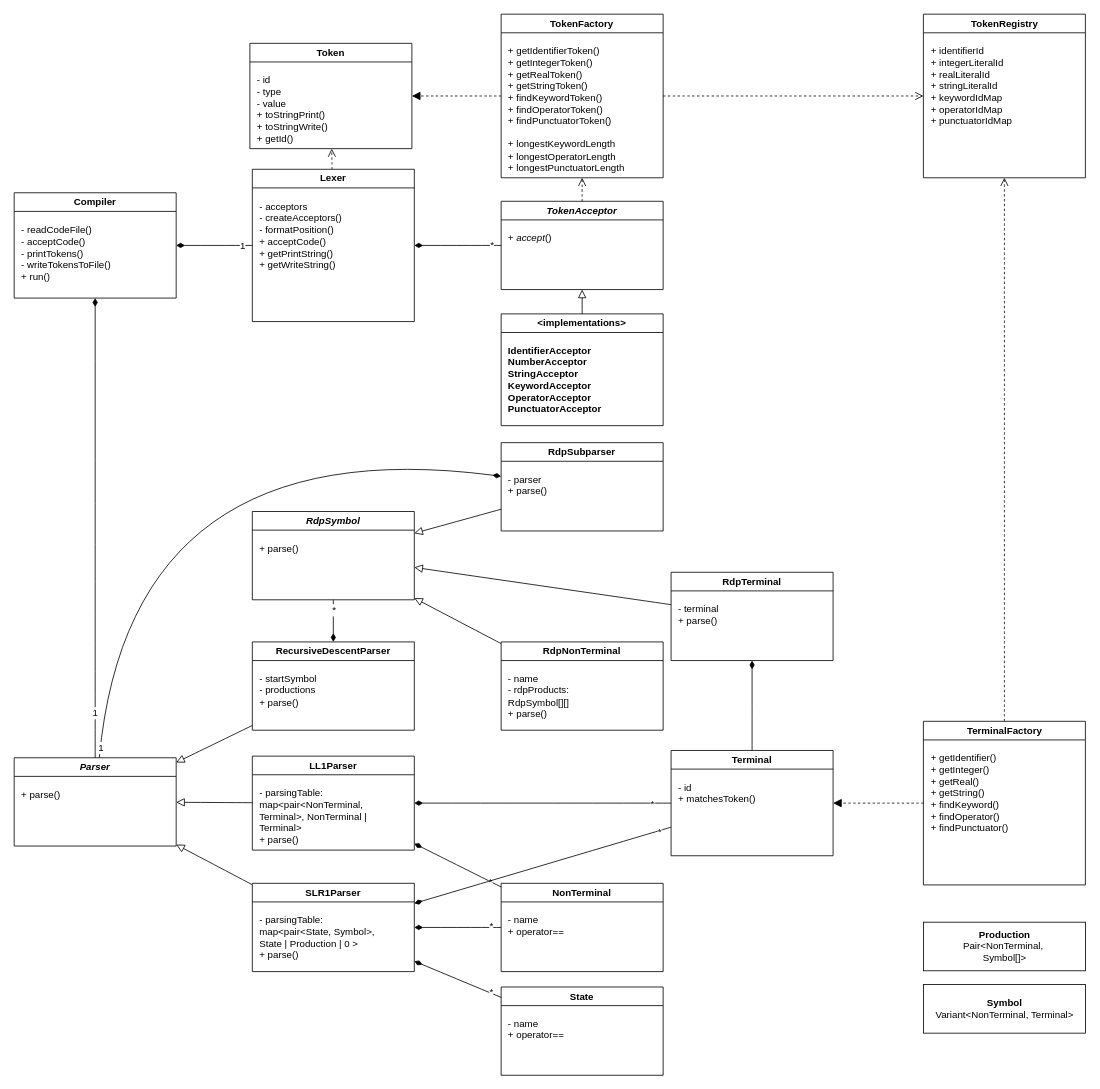
This is doc/class-spec.drawio from honeycrux/MyFirstCompiler, a draw.io file, before an edit. Source tidied: cells renumbered, new cells numbered last; positions are measured from the earlier drawing's top-left corner, leaving out a move shared by most shapes. Both pictures are drawn from the tidied source at 81%, with x=0, y=0 at pixel (14, 14).
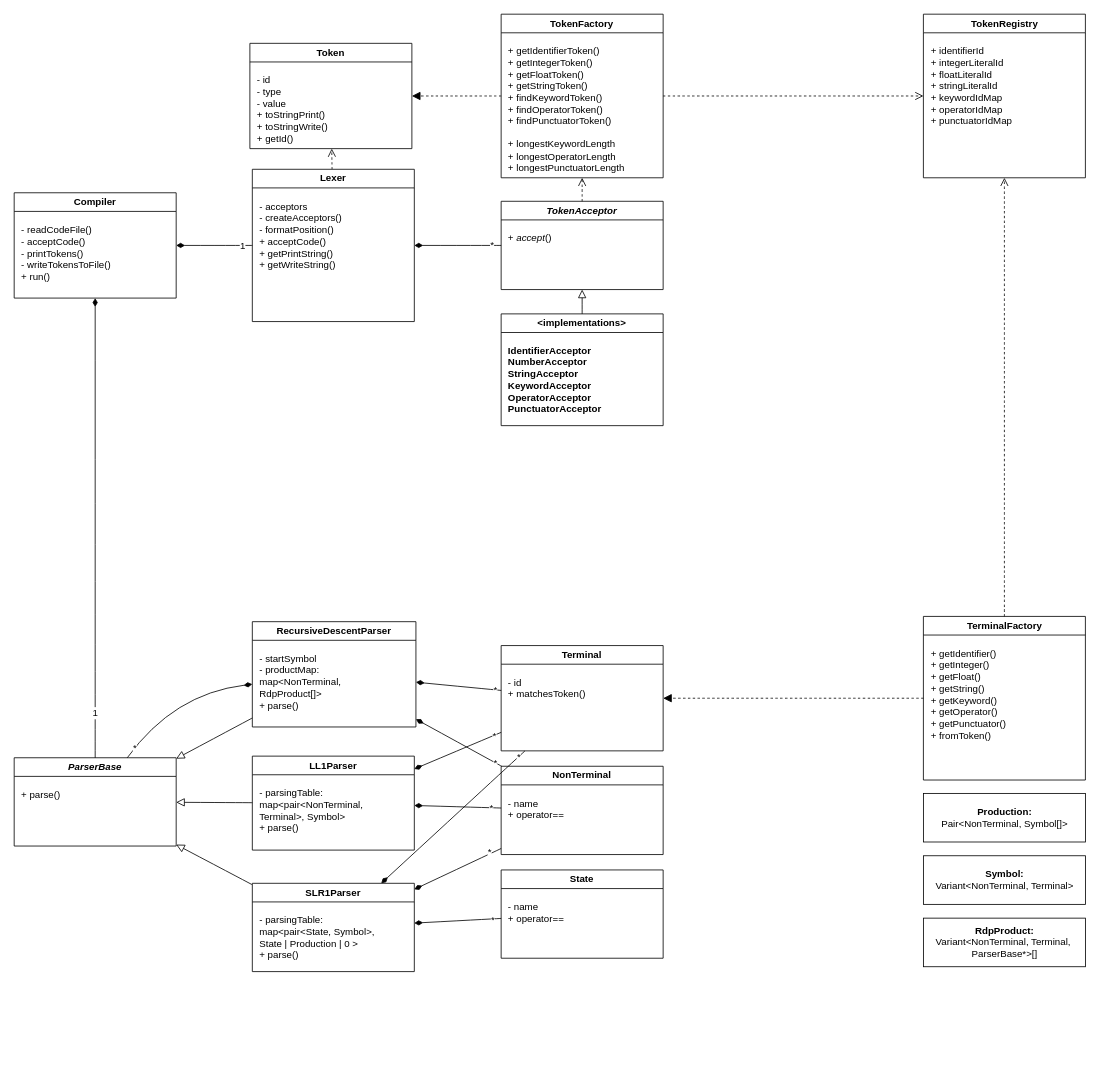
After the change.

Unchanged cells that the change refers to:
```xml
<mxCell id="14" value="TokenFactory" style="swimlane;whiteSpace=wrap;html=1;" parent="1" vertex="1">
  <mxGeometry x="601.2" width="200" height="202" as="geometry" />
</mxCell>
<mxCell id="32" value="LL1Parser" style="swimlane;whiteSpace=wrap;html=1;" parent="1" vertex="1">
  <mxGeometry x="294" y="916" width="200" height="116" as="geometry" />
</mxCell>
<mxCell id="70" value="TokenRegistry" style="swimlane;whiteSpace=wrap;html=1;" parent="1" vertex="1">
  <mxGeometry x="1122.5" width="200" height="202" as="geometry" />
</mxCell>
```

Change to the diagram source:
```diff
@@
-    <mxCell id="15" value="&lt;div&gt;&lt;span style=&quot;background-color: initial;&quot;&gt;+ getIdentifierToken()&lt;/span&gt;&lt;br&gt;&lt;/div&gt;&lt;div style=&quot;font-size: 12px;&quot;&gt;+ getIntegerToken()&lt;/div&gt;&lt;div style=&quot;font-size: 12px;&quot;&gt;&lt;div&gt;+ getRealToken()&lt;/div&gt;&lt;/div&gt;&lt;div style=&quot;font-size: 12px;&quot;&gt;+ getStringToken()&lt;/div&gt;&lt;div style=&quot;font-size: 12px;&quot;&gt;+ findKeywordToken()&lt;/div&gt;&lt;div style=&quot;font-size: 12px;&quot;&gt;&lt;span style=&quot;background-color: initial;&quot;&gt;+&amp;nbsp;&lt;/span&gt;find&lt;span style=&quot;background-color: initial;&quot;&gt;OperatorToken&lt;/span&gt;&lt;span style=&quot;background-color: initial;&quot;&gt;(&lt;/span&gt;&lt;span style=&quot;background-color: initial;&quot;&gt;)&lt;/span&gt;&lt;/div&gt;&lt;div style=&quot;font-size: 12px;&quot;&gt;&lt;span style=&quot;background-color: initial;&quot;&gt;+&amp;nbsp;&lt;/span&gt;find&lt;span style=&quot;background-color: initial;&quot;&gt;PunctuatorToken(&lt;/span&gt;&lt;span style=&quot;background-color: initial;&quot;&gt;)&lt;/span&gt;&lt;/div&gt;&lt;div style=&quot;font-size: 12px;&quot;&gt;&lt;span style=&quot;background-color: initial;&quot;&gt;&lt;br&gt;&lt;/span&gt;&lt;/div&gt;&lt;div style=&quot;font-size: 12px;&quot;&gt;&lt;div&gt;+ longestKeywordLength&lt;/div&gt;&lt;div&gt;+ longestOperatorLength&lt;/div&gt;&lt;div&gt;+ longestPunctuatorLength&lt;/div&gt;&lt;/div&gt;" style="text;html=1;align=left;verticalAlign=top;strokeColor=none;fillColor=none;fontSize=12;" parent="14" vertex="1">
+    <mxCell id="15" value="&lt;div&gt;&lt;span style=&quot;background-color: initial;&quot;&gt;+ getIdentifierToken()&lt;/span&gt;&lt;br&gt;&lt;/div&gt;&lt;div style=&quot;font-size: 12px;&quot;&gt;+ getIntegerToken()&lt;/div&gt;&lt;div style=&quot;font-size: 12px;&quot;&gt;&lt;div&gt;+ getFloatToken()&lt;/div&gt;&lt;/div&gt;&lt;div style=&quot;font-size: 12px;&quot;&gt;+ getStringToken()&lt;/div&gt;&lt;div style=&quot;font-size: 12px;&quot;&gt;+ findKeywordToken()&lt;/div&gt;&lt;div style=&quot;font-size: 12px;&quot;&gt;&lt;span style=&quot;background-color: initial;&quot;&gt;+&amp;nbsp;&lt;/span&gt;find&lt;span style=&quot;background-color: initial;&quot;&gt;OperatorToken&lt;/span&gt;&lt;span style=&quot;background-color: initial;&quot;&gt;(&lt;/span&gt;&lt;span style=&quot;background-color: initial;&quot;&gt;)&lt;/span&gt;&lt;/div&gt;&lt;div style=&quot;font-size: 12px;&quot;&gt;&lt;span style=&quot;background-color: initial;&quot;&gt;+&amp;nbsp;&lt;/span&gt;find&lt;span style=&quot;background-color: initial;&quot;&gt;PunctuatorToken(&lt;/span&gt;&lt;span style=&quot;background-color: initial;&quot;&gt;)&lt;/span&gt;&lt;/div&gt;&lt;div style=&quot;font-size: 12px;&quot;&gt;&lt;span style=&quot;background-color: initial;&quot;&gt;&lt;br&gt;&lt;/span&gt;&lt;/div&gt;&lt;div style=&quot;font-size: 12px;&quot;&gt;&lt;div&gt;+ longestKeywordLength&lt;/div&gt;&lt;div&gt;+ longestOperatorLength&lt;/div&gt;&lt;div&gt;+ longestPunctuatorLength&lt;/div&gt;&lt;/div&gt;" style="text;html=1;align=left;verticalAlign=top;strokeColor=none;fillColor=none;fontSize=12;" parent="14" vertex="1">
       <mxGeometry x="7" y="32" width="162" height="170" as="geometry" />
     </mxCell>
@@
     <mxCell id="23" value="RecursiveDescentParser" style="swimlane;whiteSpace=wrap;html=1;" parent="1" vertex="1">
-      <mxGeometry x="294" y="775" width="200" height="109" as="geometry" />
+      <mxGeometry x="294" y="750" width="202" height="130" as="geometry" />
     </mxCell>
-    <mxCell id="24" value="&lt;div style=&quot;font-size: 12px;&quot;&gt;&lt;span style=&quot;background-color: initial;&quot;&gt;- startSymbol&lt;/span&gt;&lt;/div&gt;&lt;div style=&quot;font-size: 12px;&quot;&gt;&lt;span style=&quot;background-color: initial;&quot;&gt;- productions&lt;/span&gt;&lt;/div&gt;&lt;div style=&quot;font-size: 12px;&quot;&gt;&lt;span style=&quot;background-color: initial;&quot;&gt;+ parse()&lt;/span&gt;&lt;br&gt;&lt;/div&gt;" style="text;html=1;align=left;verticalAlign=top;strokeColor=none;fillColor=none;fontSize=12;" parent="23" vertex="1">
-      <mxGeometry x="7" y="32" width="89" height="55" as="geometry" />
+    <mxCell id="24" value="&lt;div style=&quot;font-size: 12px;&quot;&gt;&lt;span style=&quot;background-color: initial;&quot;&gt;- startSymbol&lt;/span&gt;&lt;/div&gt;&lt;div style=&quot;font-size: 12px;&quot;&gt;&lt;span style=&quot;background-color: initial;&quot;&gt;- productMap:&amp;nbsp;&lt;/span&gt;&lt;/div&gt;&lt;div style=&quot;font-size: 12px;&quot;&gt;&lt;span style=&quot;background-color: initial;&quot;&gt;map&amp;lt;NonTerminal,&lt;/span&gt;&lt;/div&gt;&lt;div style=&quot;font-size: 12px;&quot;&gt;&lt;span style=&quot;background-color: initial;&quot;&gt;RdpProduct[]&amp;gt;&lt;/span&gt;&lt;/div&gt;&lt;div style=&quot;font-size: 12px;&quot;&gt;&lt;span style=&quot;background-color: initial;&quot;&gt;+ parse()&lt;/span&gt;&lt;br&gt;&lt;/div&gt;" style="text;html=1;align=left;verticalAlign=top;strokeColor=none;fillColor=none;fontSize=12;" parent="23" vertex="1">
+      <mxGeometry x="7" y="32" width="119" height="84" as="geometry" />
     </mxCell>
-    <mxCell id="25" style="edgeStyle=none;curved=1;rounded=0;jettySize=auto;html=1;fontSize=12;startSize=8;endSize=8;endArrow=block;endFill=0;" parent="1" edge="1" source="26" target="57">
-      <mxGeometry relative="1" as="geometry" />
-    </mxCell>
-    <mxCell id="26" value="RdpNonTerminal" style="swimlane;whiteSpace=wrap;html=1;" parent="1" vertex="1">
-      <mxGeometry x="601.2" y="775" width="200" height="109" as="geometry" />
-    </mxCell>
-    <mxCell id="27" value="&lt;div style=&quot;font-size: 12px;&quot;&gt;- name&lt;/div&gt;&lt;div style=&quot;font-size: 12px;&quot;&gt;- rdpProducts:&amp;nbsp;&lt;/div&gt;&lt;div style=&quot;font-size: 12px;&quot;&gt;RdpSymbol[][]&lt;/div&gt;&lt;div style=&quot;font-size: 12px;&quot;&gt;+ parse()&lt;/div&gt;" style="text;html=1;align=left;verticalAlign=top;strokeColor=none;fillColor=none;fontSize=12;" parent="26" vertex="1">
-      <mxGeometry x="7" y="32" width="97" height="70" as="geometry" />
-    </mxCell>
-    <mxCell id="28" style="edgeStyle=none;curved=1;rounded=0;jettySize=auto;html=1;fontSize=12;startSize=8;endSize=8;endArrow=block;endFill=0;" parent="1" edge="1" source="29" target="57">
-      <mxGeometry relative="1" as="geometry" />
-    </mxCell>
-    <mxCell id="29" value="RdpTerminal" style="swimlane;whiteSpace=wrap;html=1;" parent="1" vertex="1">
-      <mxGeometry x="811" y="689" width="200" height="109" as="geometry" />
-    </mxCell>
-    <mxCell id="30" value="&lt;div style=&quot;font-size: 12px;&quot;&gt;- terminal&lt;/div&gt;&lt;div style=&quot;font-size: 12px;&quot;&gt;+ parse()&lt;/div&gt;" style="text;html=1;align=left;verticalAlign=top;strokeColor=none;fillColor=none;fontSize=12;" parent="29" vertex="1">
-      <mxGeometry x="7" y="32" width="68" height="41" as="geometry" />
-    </mxCell>
@@
-    <mxCell id="33" value="&lt;div style=&quot;font-size: 12px;&quot;&gt;- parsingTable:&amp;nbsp;&lt;/div&gt;&lt;div style=&quot;font-size: 12px;&quot;&gt;map&amp;lt;pair&amp;lt;NonTerminal,&lt;/div&gt;&lt;div style=&quot;font-size: 12px;&quot;&gt;&lt;span style=&quot;background-color: initial;&quot;&gt;Terminal&lt;/span&gt;&amp;gt;, NonTerminal |&amp;nbsp;&lt;/div&gt;&lt;div style=&quot;font-size: 12px;&quot;&gt;Terminal&amp;gt;&lt;/div&gt;&lt;div style=&quot;font-size: 12px;&quot;&gt;+ parse()&lt;/div&gt;" style="text;html=1;align=left;verticalAlign=top;strokeColor=none;fillColor=none;fontSize=12;" parent="32" vertex="1">
-      <mxGeometry x="7" y="32" width="154" height="84" as="geometry" />
+    <mxCell id="33" value="&lt;div style=&quot;font-size: 12px;&quot;&gt;- parsingTable:&amp;nbsp;&lt;/div&gt;&lt;div style=&quot;font-size: 12px;&quot;&gt;map&amp;lt;pair&amp;lt;NonTerminal,&lt;/div&gt;&lt;div style=&quot;font-size: 12px;&quot;&gt;&lt;span style=&quot;background-color: initial;&quot;&gt;Terminal&lt;/span&gt;&amp;gt;, Symbol&lt;span style=&quot;background-color: initial;&quot;&gt;&amp;gt;&lt;/span&gt;&lt;/div&gt;&lt;div style=&quot;font-size: 12px;&quot;&gt;+ parse()&lt;/div&gt;" style="text;html=1;align=left;verticalAlign=top;strokeColor=none;fillColor=none;fontSize=12;" parent="32" vertex="1">
+      <mxGeometry x="7" y="32" width="146" height="70" as="geometry" />
     </mxCell>
@@
     <mxCell id="36" value="NonTerminal" style="swimlane;whiteSpace=wrap;html=1;" parent="1" vertex="1">
-      <mxGeometry x="601.2" y="1073" width="200" height="109" as="geometry" />
+      <mxGeometry x="601.2" y="928.5" width="200" height="109" as="geometry" />
     </mxCell>
@@
     <mxCell id="43" value="State" style="swimlane;whiteSpace=wrap;html=1;" parent="1" vertex="1">
-      <mxGeometry x="601.2" y="1201" width="200" height="109" as="geometry" />
+      <mxGeometry x="601.2" y="1056.5" width="200" height="109" as="geometry" />
     </mxCell>
@@
-    <mxCell id="47" value="&lt;i&gt;Parser&lt;/i&gt;" style="swimlane;whiteSpace=wrap;html=1;" parent="1" vertex="1">
+    <mxCell id="47" value="&lt;i&gt;ParserBase&lt;/i&gt;" style="swimlane;whiteSpace=wrap;html=1;" parent="1" vertex="1">
       <mxGeometry y="918" width="200" height="109" as="geometry" />
     </mxCell>
@@
-    <mxCell id="49" style="edgeStyle=none;curved=1;rounded=0;jettySize=auto;html=1;fontSize=12;startSize=8;endSize=8;endArrow=diamondThin;endFill=1;" parent="1" edge="1" source="65" target="29">
-      <mxGeometry relative="1" as="geometry" />
-    </mxCell>
@@
-    <mxCell id="54" style="edgeStyle=none;curved=1;rounded=0;jettySize=auto;html=1;fontSize=12;startSize=8;endSize=8;endArrow=block;endFill=0;" parent="1" edge="1" source="55" target="57">
-      <mxGeometry relative="1" as="geometry" />
-    </mxCell>
-    <mxCell id="55" value="RdpSubparser" style="swimlane;whiteSpace=wrap;html=1;" parent="1" vertex="1">
-      <mxGeometry x="601.2" y="529" width="200" height="109" as="geometry" />
-    </mxCell>
-    <mxCell id="56" value="&lt;div style=&quot;font-size: 12px;&quot;&gt;- parser&lt;/div&gt;&lt;div style=&quot;font-size: 12px;&quot;&gt;+ parse()&lt;/div&gt;" style="text;html=1;align=left;verticalAlign=top;strokeColor=none;fillColor=none;fontSize=12;" parent="55" vertex="1">
-      <mxGeometry x="7" y="32" width="66" height="41" as="geometry" />
-    </mxCell>
-    <mxCell id="57" value="&lt;i&gt;RdpSymbol&lt;/i&gt;" style="swimlane;whiteSpace=wrap;html=1;startSize=23;" parent="1" vertex="1">
-      <mxGeometry x="294" y="614" width="200" height="109" as="geometry" />
-    </mxCell>
-    <mxCell id="58" value="&lt;div style=&quot;font-size: 12px;&quot;&gt;+ parse()&lt;/div&gt;" style="text;html=1;align=left;verticalAlign=top;strokeColor=none;fillColor=none;fontSize=12;" parent="57" vertex="1">
-      <mxGeometry x="7" y="32" width="66" height="26" as="geometry" />
-    </mxCell>
-    <mxCell id="59" style="edgeStyle=none;curved=1;rounded=0;jettySize=auto;html=1;fontSize=12;startSize=8;endSize=8;endArrow=diamondThin;endFill=1;" parent="1" edge="1" source="57" target="23">
-      <mxGeometry relative="1" as="geometry" />
-    </mxCell>
-    <mxCell id="60" value="*" style="edgeLabel;html=1;align=center;verticalAlign=middle;fontSize=12;" parent="59" vertex="1">
-      <mxGeometry x="-0.93" relative="1" as="geometry">
-        <mxPoint y="10" as="offset" />
-      </mxGeometry>
-    </mxCell>
-    <mxCell id="61" style="edgeStyle=none;curved=1;rounded=0;jettySize=auto;html=1;fontSize=12;startSize=8;endSize=8;endArrow=diamondThin;endFill=1;" parent="1" edge="1" source="47" target="55">
-      <mxGeometry relative="1" as="geometry">
-        <Array as="points">
-          <mxPoint x="143" y="511" />
-        </Array>
-      </mxGeometry>
-    </mxCell>
-    <mxCell id="62" value="1" style="edgeLabel;html=1;align=center;verticalAlign=middle;fontSize=12;" parent="61" vertex="1">
-      <mxGeometry x="-0.97" relative="1" as="geometry" />
-    </mxCell>
@@
     <mxCell id="65" value="Terminal" style="swimlane;whiteSpace=wrap;html=1;" parent="1" vertex="1">
-      <mxGeometry x="811" y="909" width="200" height="130" as="geometry" />
+      <mxGeometry x="601.2" y="779.5" width="200" height="130" as="geometry" />
     </mxCell>
@@
     <mxCell id="67" value="TerminalFactory" style="swimlane;whiteSpace=wrap;html=1;" parent="1" vertex="1">
-      <mxGeometry x="1122.5" y="873" width="200" height="202" as="geometry" />
+      <mxGeometry x="1122.5" y="743.5" width="200" height="202" as="geometry" />
     </mxCell>
-    <mxCell id="68" value="&lt;div&gt;&lt;span style=&quot;background-color: initial;&quot;&gt;+ getIdentifier&lt;/span&gt;&lt;span style=&quot;background-color: initial;&quot;&gt;()&lt;/span&gt;&lt;/div&gt;&lt;div&gt;+ getInteger&lt;span style=&quot;background-color: initial;&quot;&gt;()&lt;/span&gt;&lt;/div&gt;&lt;div&gt;+ getReal&lt;span style=&quot;background-color: initial;&quot;&gt;()&lt;/span&gt;&lt;/div&gt;&lt;div&gt;+ getString&lt;span style=&quot;background-color: initial;&quot;&gt;()&lt;/span&gt;&lt;/div&gt;&lt;div&gt;+ findKeyword&lt;span style=&quot;background-color: initial;&quot;&gt;()&lt;/span&gt;&lt;/div&gt;&lt;div&gt;&lt;span style=&quot;background-color: initial;&quot;&gt;+&amp;nbsp;&lt;/span&gt;find&lt;span style=&quot;background-color: initial;&quot;&gt;Operator&lt;/span&gt;&lt;span style=&quot;background-color: initial;&quot;&gt;(&lt;/span&gt;&lt;span style=&quot;background-color: initial;&quot;&gt;)&lt;/span&gt;&lt;/div&gt;&lt;div&gt;&lt;span style=&quot;background-color: initial;&quot;&gt;+&amp;nbsp;&lt;/span&gt;find&lt;span style=&quot;background-color: initial;&quot;&gt;Punctuator&lt;/span&gt;&lt;span style=&quot;background-color: initial;&quot;&gt;(&lt;/span&gt;&lt;span style=&quot;background-color: initial;&quot;&gt;)&lt;/span&gt;&lt;/div&gt;" style="text;html=1;align=left;verticalAlign=top;strokeColor=none;fillColor=none;fontSize=12;" parent="67" vertex="1">
-      <mxGeometry x="7" y="32" width="114" height="113" as="geometry" />
+    <mxCell id="68" value="&lt;div&gt;&lt;span style=&quot;background-color: initial;&quot;&gt;+ getIdentifier&lt;/span&gt;&lt;span style=&quot;background-color: initial;&quot;&gt;()&lt;/span&gt;&lt;/div&gt;&lt;div&gt;+ getInteger&lt;span style=&quot;background-color: initial;&quot;&gt;()&lt;/span&gt;&lt;/div&gt;&lt;div&gt;+ getFloat&lt;span style=&quot;background-color: initial;&quot;&gt;()&lt;/span&gt;&lt;/div&gt;&lt;div&gt;+ getString&lt;span style=&quot;background-color: initial;&quot;&gt;()&lt;/span&gt;&lt;/div&gt;&lt;div&gt;+ getKeyword&lt;span style=&quot;background-color: initial;&quot;&gt;()&lt;/span&gt;&lt;/div&gt;&lt;div&gt;&lt;span style=&quot;background-color: initial;&quot;&gt;+&amp;nbsp;&lt;/span&gt;get&lt;span style=&quot;background-color: initial;&quot;&gt;Operator&lt;/span&gt;&lt;span style=&quot;background-color: initial;&quot;&gt;(&lt;/span&gt;&lt;span style=&quot;background-color: initial;&quot;&gt;)&lt;/span&gt;&lt;/div&gt;&lt;div&gt;&lt;span style=&quot;background-color: initial;&quot;&gt;+&amp;nbsp;&lt;/span&gt;get&lt;span style=&quot;background-color: initial;&quot;&gt;Punctuator&lt;/span&gt;&lt;span style=&quot;background-color: initial;&quot;&gt;(&lt;/span&gt;&lt;span style=&quot;background-color: initial;&quot;&gt;)&lt;/span&gt;&lt;/div&gt;&lt;div&gt;&lt;span style=&quot;background-color: initial;&quot;&gt;+ fromToken()&lt;/span&gt;&lt;/div&gt;" style="text;html=1;align=left;verticalAlign=top;strokeColor=none;fillColor=none;fontSize=12;" parent="67" vertex="1">
+      <mxGeometry x="7" y="32" width="111" height="127" as="geometry" />
     </mxCell>
@@
-    <mxCell id="71" value="&lt;div&gt;&lt;span style=&quot;background-color: initial;&quot;&gt;+ identifierId&lt;/span&gt;&lt;br&gt;&lt;/div&gt;&lt;div style=&quot;font-size: 12px;&quot;&gt;+ integerLiteralId&lt;/div&gt;&lt;div style=&quot;font-size: 12px;&quot;&gt;&lt;div&gt;+ realLiteralId&lt;/div&gt;&lt;/div&gt;&lt;div style=&quot;font-size: 12px;&quot;&gt;+ stringLiteralId&lt;/div&gt;&lt;div style=&quot;font-size: 12px;&quot;&gt;+ keywordIdMap&lt;/div&gt;&lt;div style=&quot;font-size: 12px;&quot;&gt;&lt;span style=&quot;background-color: initial;&quot;&gt;+ operatorIdMap&lt;/span&gt;&lt;/div&gt;&lt;div style=&quot;font-size: 12px;&quot;&gt;&lt;span style=&quot;background-color: initial;&quot;&gt;+ punctuatorIdMap&lt;/span&gt;&lt;/div&gt;" style="text;html=1;align=left;verticalAlign=top;strokeColor=none;fillColor=none;fontSize=12;" parent="70" vertex="1">
+    <mxCell id="71" value="&lt;div&gt;&lt;span style=&quot;background-color: initial;&quot;&gt;+ identifierId&lt;/span&gt;&lt;br&gt;&lt;/div&gt;&lt;div style=&quot;font-size: 12px;&quot;&gt;+ integerLiteralId&lt;/div&gt;&lt;div style=&quot;font-size: 12px;&quot;&gt;&lt;div&gt;+ floatLiteralId&lt;/div&gt;&lt;/div&gt;&lt;div style=&quot;font-size: 12px;&quot;&gt;+ stringLiteralId&lt;/div&gt;&lt;div style=&quot;font-size: 12px;&quot;&gt;+ keywordIdMap&lt;/div&gt;&lt;div style=&quot;font-size: 12px;&quot;&gt;&lt;span style=&quot;background-color: initial;&quot;&gt;+ operatorIdMap&lt;/span&gt;&lt;/div&gt;&lt;div style=&quot;font-size: 12px;&quot;&gt;&lt;span style=&quot;background-color: initial;&quot;&gt;+ punctuatorIdMap&lt;/span&gt;&lt;/div&gt;" style="text;html=1;align=left;verticalAlign=top;strokeColor=none;fillColor=none;fontSize=12;" parent="70" vertex="1">
       <mxGeometry x="7" y="32" width="118" height="113" as="geometry" />
     </mxCell>
@@
-    <mxCell id="74" value="&lt;b&gt;Production&lt;/b&gt;&lt;div&gt;Pair&amp;lt;NonTerminal,&amp;nbsp;&lt;/div&gt;&lt;div&gt;Symbol[]&amp;gt;&lt;/div&gt;" style="rounded=0;whiteSpace=wrap;html=1;" parent="1" vertex="1">
-      <mxGeometry x="1122.5" y="1121" width="200" height="60" as="geometry" />
+    <mxCell id="74" value="&lt;b&gt;Production:&lt;/b&gt;&lt;div&gt;Pair&amp;lt;NonTerminal,&amp;nbsp;&lt;span style=&quot;background-color: initial;&quot;&gt;Symbol[]&amp;gt;&lt;/span&gt;&lt;/div&gt;" style="rounded=0;whiteSpace=wrap;html=1;" parent="1" vertex="1">
+      <mxGeometry x="1122.5" y="962" width="200" height="60" as="geometry" />
     </mxCell>
-    <mxCell id="75" value="&lt;b&gt;Symbol&lt;/b&gt;&lt;div&gt;Variant&amp;lt;NonTerminal, Terminal&amp;gt;&lt;/div&gt;" style="rounded=0;whiteSpace=wrap;html=1;" parent="1" vertex="1">
-      <mxGeometry x="1122.5" y="1198" width="200" height="60" as="geometry" />
+    <mxCell id="75" value="&lt;b&gt;Symbol:&lt;/b&gt;&lt;div&gt;Variant&amp;lt;NonTerminal, Terminal&amp;gt;&lt;/div&gt;" style="rounded=0;whiteSpace=wrap;html=1;" parent="1" vertex="1">
+      <mxGeometry x="1122.5" y="1039" width="200" height="60" as="geometry" />
     </mxCell>
+    <mxCell id="76" style="edgeStyle=none;curved=1;rounded=0;jettySize=auto;html=1;fontSize=12;startSize=8;endSize=8;endArrow=diamondThin;endFill=1;" parent="1" edge="1" source="65" target="23">
+      <mxGeometry relative="1" as="geometry" />
+    </mxCell>
+    <mxCell id="77" value="*" style="edgeLabel;html=1;align=center;verticalAlign=middle;fontSize=12;" parent="76" vertex="1">
+      <mxGeometry x="-0.85" relative="1" as="geometry" />
+    </mxCell>
+    <mxCell id="78" style="edgeStyle=none;curved=1;rounded=0;jettySize=auto;html=1;fontSize=12;startSize=8;endSize=8;endArrow=diamondThin;endFill=1;" parent="1" edge="1" source="36" target="23">
+      <mxGeometry relative="1" as="geometry" />
+    </mxCell>
+    <mxCell id="79" value="*" style="edgeLabel;html=1;align=center;verticalAlign=middle;fontSize=12;" parent="78" vertex="1">
+      <mxGeometry x="-0.85" relative="1" as="geometry" />
+    </mxCell>
+    <mxCell id="80" style="edgeStyle=none;curved=1;rounded=0;jettySize=auto;html=1;fontSize=12;startSize=8;endSize=8;endArrow=diamondThin;endFill=1;" parent="1" edge="1" source="47" target="23">
+      <mxGeometry relative="1" as="geometry">
+        <Array as="points">
+          <mxPoint x="197" y="839" />
+        </Array>
+      </mxGeometry>
+    </mxCell>
+    <mxCell id="81" value="*" style="edgeLabel;html=1;align=center;verticalAlign=middle;fontSize=12;" parent="80" vertex="1">
+      <mxGeometry x="-0.85" relative="1" as="geometry" />
+    </mxCell>
+    <mxCell id="82" value="&lt;b&gt;RdpProduct:&lt;/b&gt;&lt;div&gt;Variant&amp;lt;NonTerminal, Terminal,&amp;nbsp;&lt;/div&gt;&lt;div&gt;&lt;span style=&quot;background-color: initial;&quot;&gt;ParserBase*&amp;gt;[]&lt;/span&gt;&lt;/div&gt;" style="rounded=0;whiteSpace=wrap;html=1;" parent="1" vertex="1">
+      <mxGeometry x="1122.5" y="1116" width="200" height="60" as="geometry" />
+    </mxCell>
```
